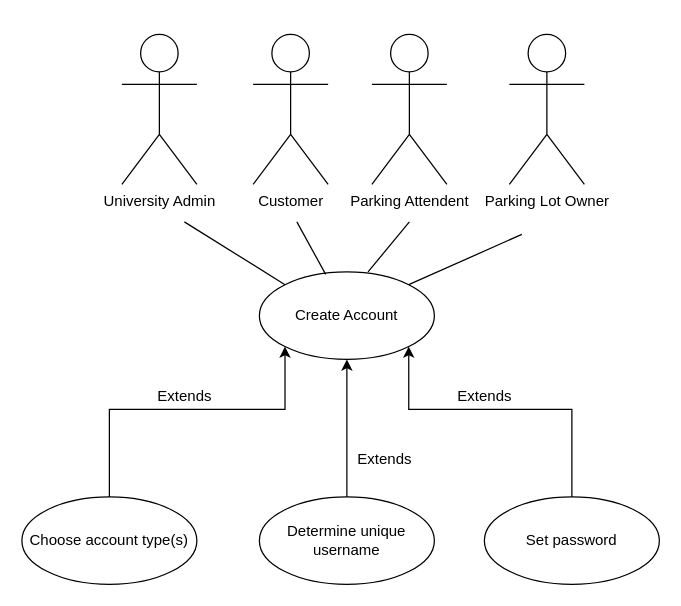
lexykj/TheDjinns-Group10 keeps this draw.io diagram as docs/Use_Case_Diagrams/CreateAccount.drawio. Above is the earlier version. Source tidied: cells renumbered, new cells numbered last; positions are measured from the earlier drawing's top-left corner, leaving out a move shared by most shapes. Both pictures are drawn from the tidied source at 125%, with x=0, y=0 at pixel (21, 34).
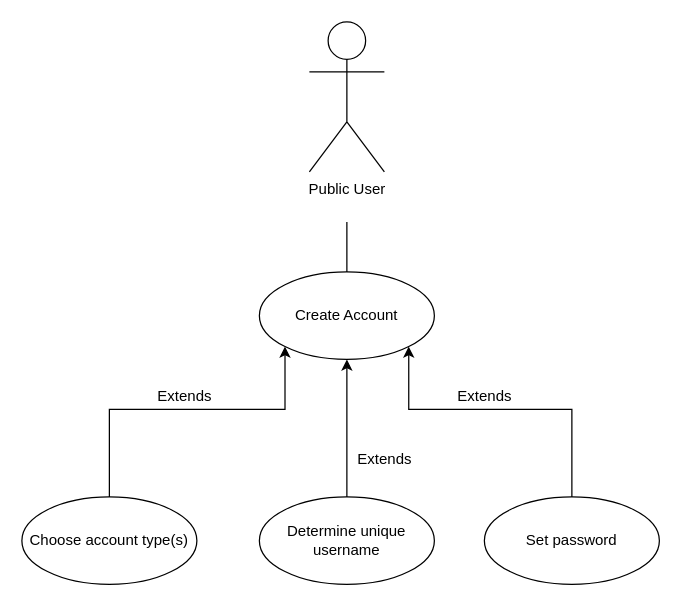
After the change.

Commit message (it also covers changes not shown here):
Added all UML diagrams to Requirements Definition

Unchanged cells that the change refers to:
```xml
<mxCell id="3" value="Create Account" style="ellipse;whiteSpace=wrap;html=1;" parent="1" vertex="1">
  <mxGeometry x="190" y="190" width="140" height="70" as="geometry" />
</mxCell>
```

Change to the diagram source:
```diff
@@
-    <mxCell id="2" value="Customer" style="shape=umlActor;verticalLabelPosition=bottom;verticalAlign=top;html=1;" parent="1" vertex="1">
-      <mxGeometry x="185" width="60" height="120" as="geometry" />
+    <mxCell id="2" value="Public User&lt;br&gt;" style="shape=umlActor;verticalLabelPosition=bottom;verticalAlign=top;html=1;" parent="1" vertex="1">
+      <mxGeometry x="230" y="-10" width="60" height="120" as="geometry" />
     </mxCell>
@@
-    <mxCell id="13" value="University Admin" style="shape=umlActor;verticalLabelPosition=bottom;verticalAlign=top;html=1;" parent="1" vertex="1">
-      <mxGeometry x="80" width="60" height="120" as="geometry" />
-    </mxCell>
-    <mxCell id="14" value="Parking Attendent" style="shape=umlActor;verticalLabelPosition=bottom;verticalAlign=top;html=1;" parent="1" vertex="1">
-      <mxGeometry x="280" width="60" height="120" as="geometry" />
-    </mxCell>
-    <mxCell id="15" value="Parking Lot Owner" style="shape=umlActor;verticalLabelPosition=bottom;verticalAlign=top;html=1;" parent="1" vertex="1">
-      <mxGeometry x="390" width="60" height="120" as="geometry" />
-    </mxCell>
-    <mxCell id="16" style="endArrow=none;html=1;exitX=0;exitY=0;exitDx=0;exitDy=0;" parent="1" edge="1" source="3">
-      <mxGeometry relative="1" as="geometry">
-        <mxPoint x="130" y="150" as="targetPoint" />
-      </mxGeometry>
-    </mxCell>
-    <mxCell id="17" style="endArrow=none;html=1;exitX=0.379;exitY=0.029;exitDx=0;exitDy=0;exitPerimeter=0;" parent="1" edge="1" source="3">
+    <mxCell id="17" style="endArrow=none;html=1;exitX=0.5;exitY=0;exitDx=0;exitDy=0;" parent="1" edge="1" source="3">
       <mxGeometry relative="1" as="geometry">
-        <mxPoint x="220" y="150" as="targetPoint" />
+        <mxPoint x="260" y="150" as="targetPoint" />
       </mxGeometry>
     </mxCell>
-    <mxCell id="18" style="endArrow=none;html=1;exitX=0.621;exitY=0;exitDx=0;exitDy=0;exitPerimeter=0;" parent="1" edge="1" source="3">
-      <mxGeometry relative="1" as="geometry">
-        <mxPoint x="310" y="150" as="targetPoint" />
-      </mxGeometry>
-    </mxCell>
-    <mxCell id="19" style="endArrow=none;html=1;exitX=1;exitY=0;exitDx=0;exitDy=0;" parent="1" edge="1" source="3">
-      <mxGeometry relative="1" as="geometry">
-        <mxPoint x="400" y="160" as="targetPoint" />
-      </mxGeometry>
-    </mxCell>
```
